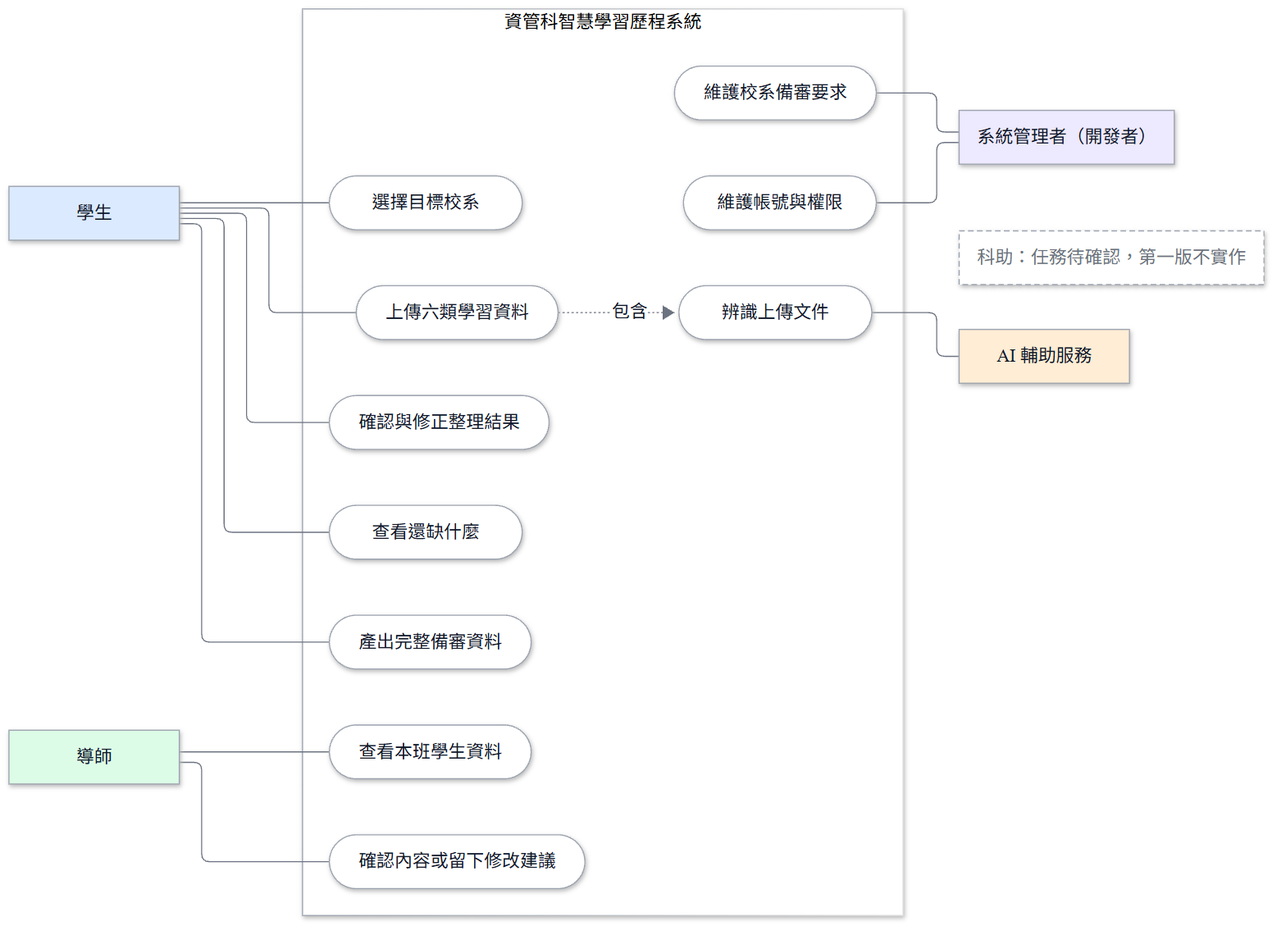
Earlier version of the Mermaid export docs/images/D-01-use-case-v2.png (vujhdcusa/1028). Its source is kept beside it as docs/images/D-01-use-case-v2.mmd.
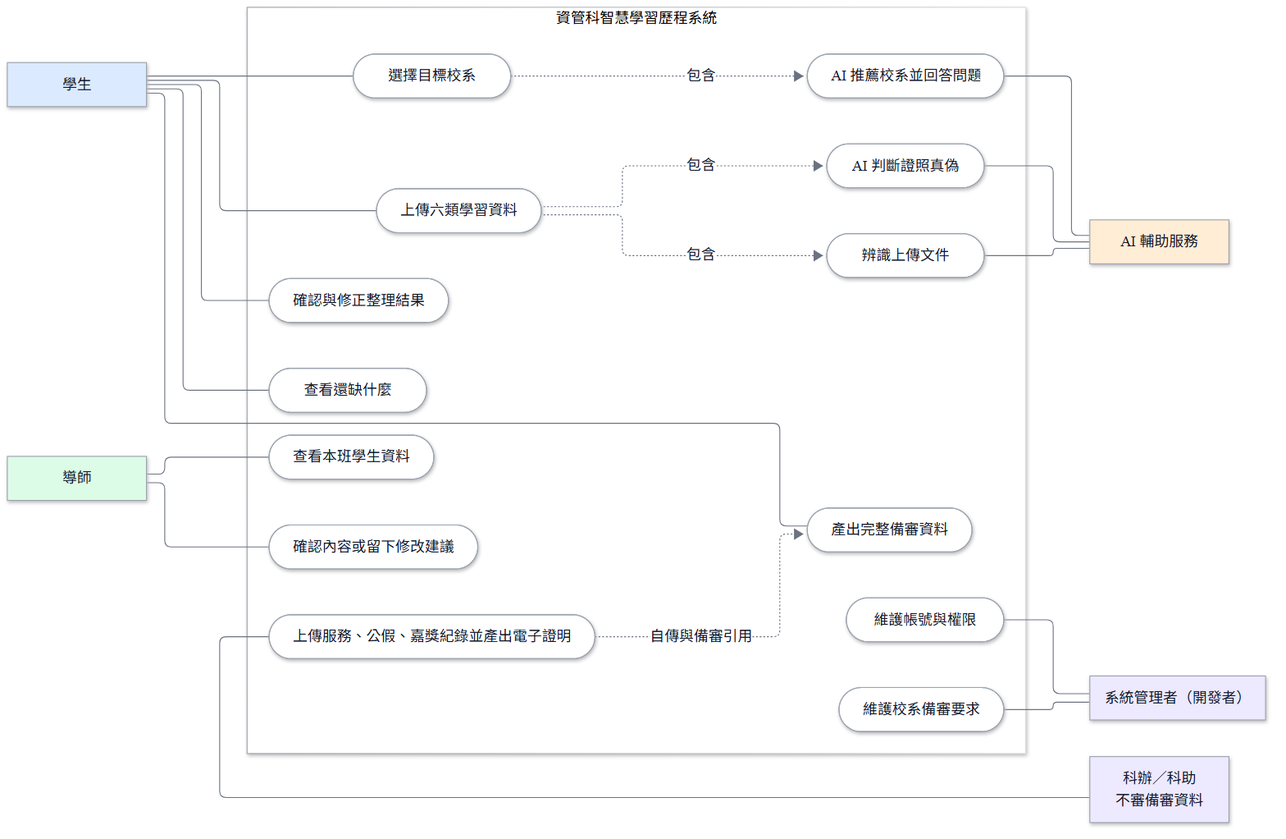
After the change.

Change to the diagram source:
```diff
@@ -5,7 +5,7 @@
     classDef admin fill:#EDE9FE,stroke:#9CA3AF,color:#111827,stroke-width:1px;
     classDef ai fill:#FFEDD5,stroke:#9CA3AF,color:#111827,stroke-width:1px;
     classDef usecase fill:#FFFFFF,stroke:#9CA3AF,color:#111827,stroke-width:1px;
-    classDef pending fill:#FFFFFF,stroke:#9CA3AF,color:#6B7280,stroke-width:1px,stroke-dasharray:5 3;
+    classDef staff fill:#EDE9FE,stroke:#9CA3AF,color:#111827,stroke-width:1px;
 
     Student[學生]:::student
     Teacher[導師]:::teacher
@@ -20,23 +20,32 @@
         UC6([查看本班學生資料]):::usecase
         UC7([確認內容或留下修改建議]):::usecase
         UC8([辨識上傳文件]):::usecase
+        UC11([AI 判斷證照真偽]):::usecase
+        UC12([AI 推薦校系並回答問題]):::usecase
+        UC13([上傳服務、公假、嘉獎紀錄並產出電子證明]):::usecase
         UC9([維護校系備審要求]):::usecase
         UC10([維護帳號與權限]):::usecase
     end
 
     Admin[系統管理者（開發者）]:::admin
     AI[AI 輔助服務]:::ai
-    Staff[科助：任務待確認，第一版不實作]:::pending
+    Staff[科辦／科助<br/>不審備審資料]:::staff
 
     Student --- UC1
     Student --- UC2
     Student --- UC3
     Student --- UC4
     Student --- UC5
+    UC1 -. 包含 .-> UC12
+    UC2 -. 包含 .-> UC11
+    UC13 -. 自傳與備審引用 .-> UC5
     Teacher --- UC6
     Teacher --- UC7
     UC2 -. 包含 .-> UC8
     UC8 --- AI
+    UC11 --- AI
+    UC12 --- AI
+    Staff --- UC13
     UC9 --- Admin
     UC10 --- Admin
     SYS ~~~ Staff
```
